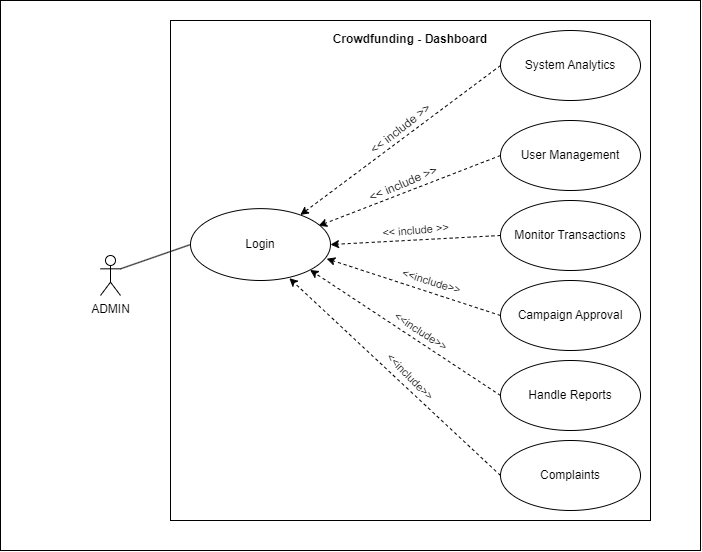
This is USER.drawio.png from nhathao19/Crowdfunding-platform, a draw.io export, as it was before one commit. Source tidied: cells renumbered, new cells last; positions are measured from the earlier drawing's top-left corner, leaving out a move shared by most shapes.
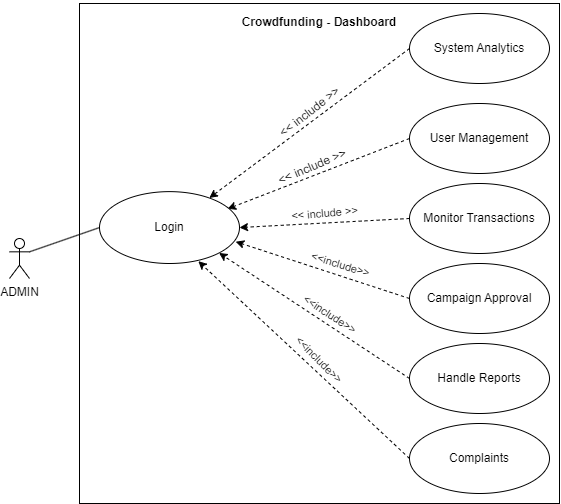
After the change.

Commit message:
Cập nhật USER.drawio.png

The edit, as a diff of the source:
```diff
@@ -2,9 +2,6 @@
   <root>
     <mxCell id="0" />
     <mxCell id="1" parent="0" />
-    <mxCell id="2" style="rounded=0;whiteSpace=wrap;html=1;rotation=0;strokeWidth=1;perimeterSpacing=0;align=center;horizontal=1;verticalAlign=top;fontSize=12;spacing=-10;labelBackgroundColor=none;" parent="1" vertex="1">
-      <mxGeometry width="700" height="550" as="geometry" />
-    </mxCell>
     <mxCell id="3" value="&lt;h4 style=&quot;line-height: 12px;&quot;&gt;&lt;font style=&quot;font-size: 12px;&quot;&gt;Crowdfunding - Dashboard&lt;/font&gt;&lt;/h4&gt;" style="rounded=0;whiteSpace=wrap;html=1;verticalAlign=top;horizontal=1;spacing=-8;labelBackgroundColor=none;" parent="1" vertex="1">
       <mxGeometry x="170" y="20" width="480" height="500" as="geometry" />
     </mxCell>
```
